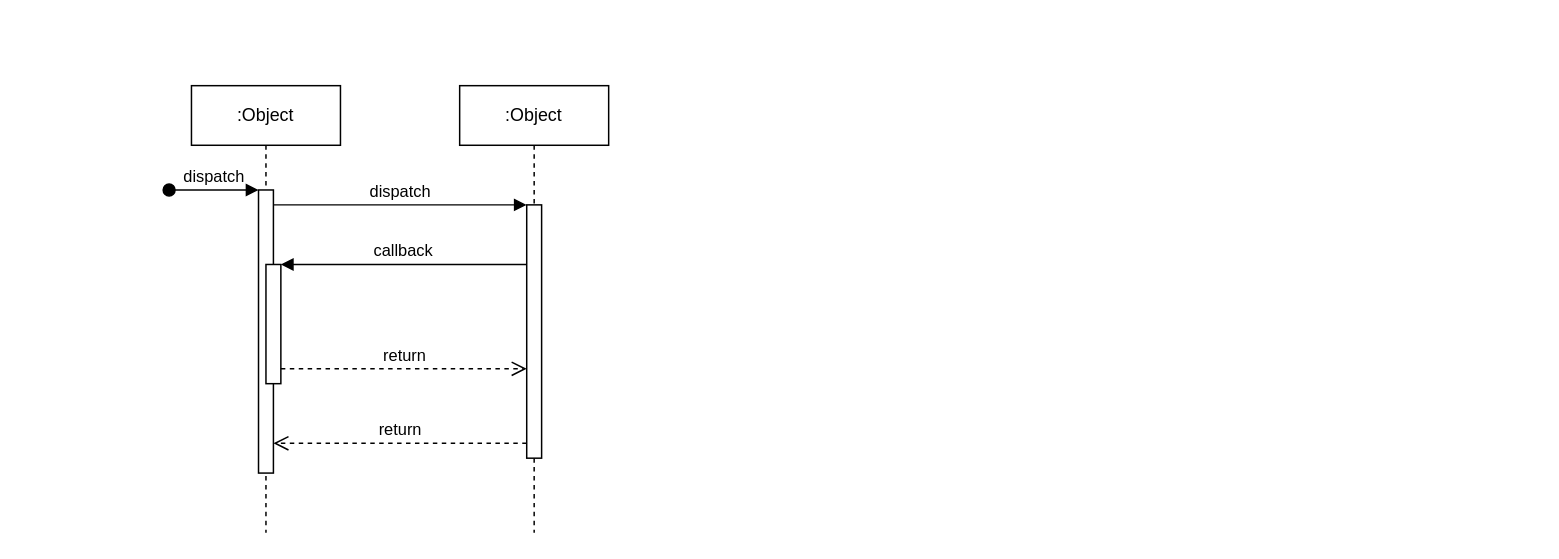
Before: sequence dr.drawio in ziard47/Diagram, a draw.io diagram. Source tidied: cells renumbered, new cells numbered last; positions are measured from the earlier drawing's top-left corner, leaving out a move shared by most shapes. Both pictures are drawn from the tidied source at 149%, with x=0, y=0 at pixel (168, 85).
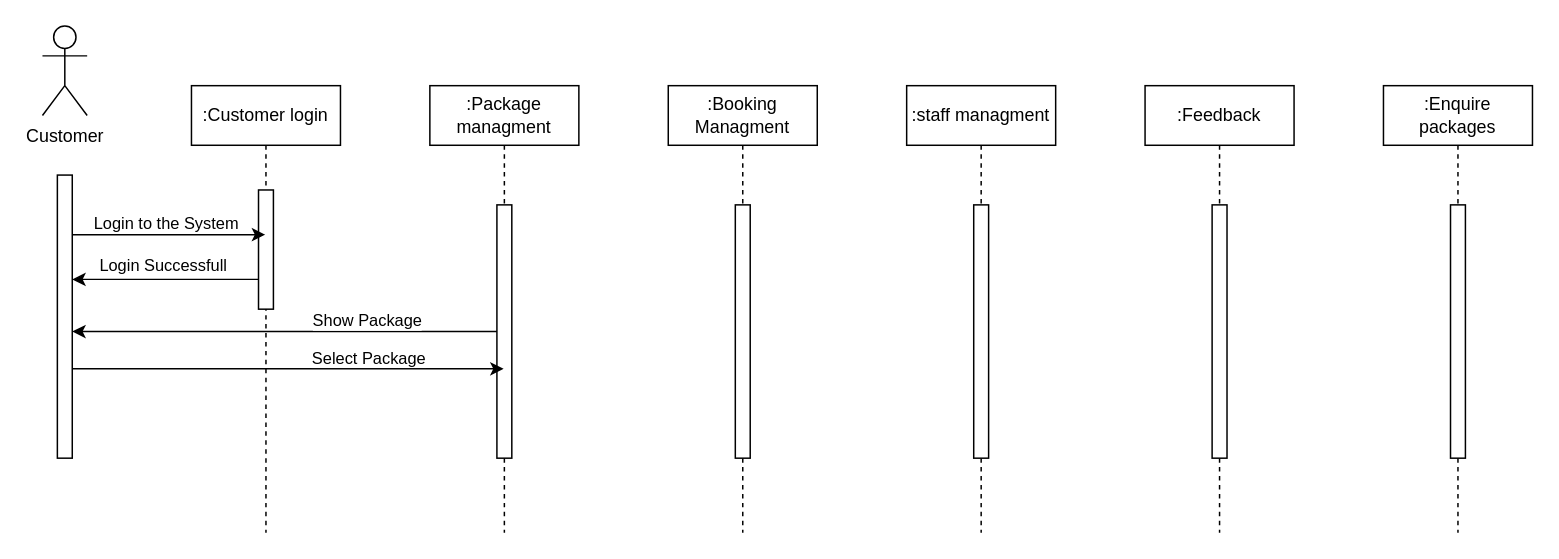
Above is the later version.

The change refers to these unchanged cells:
```xml
<mxCell id="7" style="html=1;points=[];perimeter=orthogonalPerimeter;outlineConnect=0;targetShapes=umlLifeline;portConstraint=eastwest;newEdgeStyle={&quot;edgeStyle&quot;:&quot;elbowEdgeStyle&quot;,&quot;elbow&quot;:&quot;vertical&quot;,&quot;curved&quot;:0,&quot;rounded&quot;:0};" parent="6" vertex="1">
  <mxGeometry x="45" y="80" width="10" height="170" as="geometry" />
</mxCell>
```

Change to the diagram source:
```diff
@@
-    <mxCell id="2" value=":Object" style="shape=umlLifeline;perimeter=lifelinePerimeter;whiteSpace=wrap;html=1;outlineConnect=0;portConstraint=eastwest;newEdgeStyle={&quot;edgeStyle&quot;:&quot;elbowEdgeStyle&quot;,&quot;elbow&quot;:&quot;vertical&quot;,&quot;curved&quot;:0,&quot;rounded&quot;:0};" parent="1" vertex="1">
+    <mxCell id="2" value=":Customer login" style="shape=umlLifeline;perimeter=lifelinePerimeter;whiteSpace=wrap;html=1;outlineConnect=0;portConstraint=eastwest;newEdgeStyle={&quot;edgeStyle&quot;:&quot;elbowEdgeStyle&quot;,&quot;elbow&quot;:&quot;vertical&quot;,&quot;curved&quot;:0,&quot;rounded&quot;:0};" parent="1" vertex="1">
       <mxGeometry x="15" width="100" height="300" as="geometry" />
     </mxCell>
     <mxCell id="3" style="html=1;points=[];perimeter=orthogonalPerimeter;outlineConnect=0;targetShapes=umlLifeline;portConstraint=eastwest;newEdgeStyle={&quot;edgeStyle&quot;:&quot;elbowEdgeStyle&quot;,&quot;elbow&quot;:&quot;vertical&quot;,&quot;curved&quot;:0,&quot;rounded&quot;:0};" parent="2" vertex="1">
-      <mxGeometry x="45" y="70" width="10" height="190" as="geometry" />
+      <mxGeometry x="45" y="70" width="10" height="80" as="geometry" />
     </mxCell>
-    <mxCell id="4" value="dispatch" style="html=1;verticalAlign=bottom;startArrow=oval;endArrow=block;startSize=8;edgeStyle=elbowEdgeStyle;elbow=vertical;curved=0;rounded=0;" parent="2" edge="1" target="3">
-      <mxGeometry relative="1" as="geometry">
-        <mxPoint x="-15" y="70" as="sourcePoint" />
-      </mxGeometry>
-    </mxCell>
-    <mxCell id="5" style="html=1;points=[];perimeter=orthogonalPerimeter;outlineConnect=0;targetShapes=umlLifeline;portConstraint=eastwest;newEdgeStyle={&quot;edgeStyle&quot;:&quot;elbowEdgeStyle&quot;,&quot;elbow&quot;:&quot;vertical&quot;,&quot;curved&quot;:0,&quot;rounded&quot;:0};" parent="2" vertex="1">
-      <mxGeometry x="50" y="120" width="10" height="80" as="geometry" />
-    </mxCell>
-    <mxCell id="6" value=":Object" style="shape=umlLifeline;perimeter=lifelinePerimeter;whiteSpace=wrap;html=1;outlineConnect=0;portConstraint=eastwest;newEdgeStyle={&quot;edgeStyle&quot;:&quot;elbowEdgeStyle&quot;,&quot;elbow&quot;:&quot;vertical&quot;,&quot;curved&quot;:0,&quot;rounded&quot;:0};" parent="1" vertex="1">
-      <mxGeometry x="195" width="100" height="300" as="geometry" />
+    <mxCell id="6" value=":Package managment" style="shape=umlLifeline;perimeter=lifelinePerimeter;whiteSpace=wrap;html=1;outlineConnect=0;portConstraint=eastwest;newEdgeStyle={&quot;edgeStyle&quot;:&quot;elbowEdgeStyle&quot;,&quot;elbow&quot;:&quot;vertical&quot;,&quot;curved&quot;:0,&quot;rounded&quot;:0};" parent="1" vertex="1">
+      <mxGeometry x="175" width="100" height="300" as="geometry" />
     </mxCell>
@@
-    <mxCell id="8" value="dispatch" style="html=1;verticalAlign=bottom;endArrow=block;edgeStyle=elbowEdgeStyle;elbow=vertical;curved=0;rounded=0;" parent="1" edge="1" source="3" target="7">
-      <mxGeometry relative="1" as="geometry">
-        <Array as="points">
-          <mxPoint x="155" y="80" />
-        </Array>
-      </mxGeometry>
-    </mxCell>
-    <mxCell id="9" value="return" style="html=1;verticalAlign=bottom;endArrow=open;dashed=1;endSize=8;edgeStyle=elbowEdgeStyle;elbow=vertical;curved=0;rounded=0;" parent="1" edge="1" source="7" target="3">
-      <mxGeometry relative="1" as="geometry">
-        <Array as="points">
-          <mxPoint x="165" y="240" />
-        </Array>
-      </mxGeometry>
-    </mxCell>
-    <mxCell id="10" value="callback" style="html=1;verticalAlign=bottom;endArrow=block;edgeStyle=elbowEdgeStyle;elbow=vertical;curved=0;rounded=0;" parent="1" edge="1" source="7" target="5">
-      <mxGeometry relative="1" as="geometry">
-        <Array as="points">
-          <mxPoint x="165" y="120" />
-        </Array>
-      </mxGeometry>
-    </mxCell>
-    <mxCell id="11" value="return" style="html=1;verticalAlign=bottom;endArrow=open;dashed=1;endSize=8;edgeStyle=elbowEdgeStyle;elbow=vertical;curved=0;rounded=0;" parent="1" edge="1" source="5" target="7">
-      <mxGeometry relative="1" as="geometry">
-        <Array as="points">
-          <mxPoint x="155" y="190" />
-        </Array>
-      </mxGeometry>
-    </mxCell>
+    <mxCell id="12" value=":Booking Managment" style="shape=umlLifeline;perimeter=lifelinePerimeter;whiteSpace=wrap;html=1;newEdgeStyle={&quot;edgeStyle&quot;:&quot;elbowEdgeStyle&quot;,&quot;elbow&quot;:&quot;vertical&quot;,&quot;curved&quot;:0,&quot;rounded&quot;:0};" parent="1" vertex="1">
+      <mxGeometry x="335" width="100" height="300" as="geometry" />
+    </mxCell>
+    <mxCell id="13" style="html=1;perimeter=orthogonalPerimeter;targetShapes=umlLifeline;newEdgeStyle={&quot;edgeStyle&quot;:&quot;elbowEdgeStyle&quot;,&quot;elbow&quot;:&quot;vertical&quot;,&quot;curved&quot;:0,&quot;rounded&quot;:0};" parent="12" vertex="1">
+      <mxGeometry x="45" y="80" width="10" height="170" as="geometry" />
+    </mxCell>
+    <mxCell id="14" value=":staff managment" style="shape=umlLifeline;perimeter=lifelinePerimeter;whiteSpace=wrap;html=1;newEdgeStyle={&quot;edgeStyle&quot;:&quot;elbowEdgeStyle&quot;,&quot;elbow&quot;:&quot;vertical&quot;,&quot;curved&quot;:0,&quot;rounded&quot;:0};" parent="1" vertex="1">
+      <mxGeometry x="495" width="100" height="300" as="geometry" />
+    </mxCell>
+    <mxCell id="15" style="html=1;perimeter=orthogonalPerimeter;targetShapes=umlLifeline;newEdgeStyle={&quot;edgeStyle&quot;:&quot;elbowEdgeStyle&quot;,&quot;elbow&quot;:&quot;vertical&quot;,&quot;curved&quot;:0,&quot;rounded&quot;:0};" parent="14" vertex="1">
+      <mxGeometry x="45" y="80" width="10" height="170" as="geometry" />
+    </mxCell>
+    <mxCell id="16" value=":Feedback" style="shape=umlLifeline;perimeter=lifelinePerimeter;whiteSpace=wrap;html=1;newEdgeStyle={&quot;edgeStyle&quot;:&quot;elbowEdgeStyle&quot;,&quot;elbow&quot;:&quot;vertical&quot;,&quot;curved&quot;:0,&quot;rounded&quot;:0};" parent="1" vertex="1">
+      <mxGeometry x="655" width="100" height="300" as="geometry" />
+    </mxCell>
+    <mxCell id="17" style="html=1;perimeter=orthogonalPerimeter;targetShapes=umlLifeline;newEdgeStyle={&quot;edgeStyle&quot;:&quot;elbowEdgeStyle&quot;,&quot;elbow&quot;:&quot;vertical&quot;,&quot;curved&quot;:0,&quot;rounded&quot;:0};" parent="16" vertex="1">
+      <mxGeometry x="45" y="80" width="10" height="170" as="geometry" />
+    </mxCell>
+    <mxCell id="18" value=":Enquire packages" style="shape=umlLifeline;perimeter=lifelinePerimeter;whiteSpace=wrap;html=1;newEdgeStyle={&quot;edgeStyle&quot;:&quot;elbowEdgeStyle&quot;,&quot;elbow&quot;:&quot;vertical&quot;,&quot;curved&quot;:0,&quot;rounded&quot;:0};" parent="1" vertex="1">
+      <mxGeometry x="815" width="100" height="300" as="geometry" />
+    </mxCell>
+    <mxCell id="19" style="html=1;perimeter=orthogonalPerimeter;targetShapes=umlLifeline;newEdgeStyle={&quot;edgeStyle&quot;:&quot;elbowEdgeStyle&quot;,&quot;elbow&quot;:&quot;vertical&quot;,&quot;curved&quot;:0,&quot;rounded&quot;:0};" parent="18" vertex="1">
+      <mxGeometry x="45" y="80" width="10" height="170" as="geometry" />
+    </mxCell>
+    <mxCell id="20" value="Customer" style="shape=umlActor;verticalLabelPosition=bottom;verticalAlign=top;html=1;" parent="1" vertex="1">
+      <mxGeometry x="-85" y="-40" width="30" height="60" as="geometry" />
+    </mxCell>
+    <mxCell id="21" style="edgeStyle=elbowEdgeStyle;rounded=0;jettySize=auto;html=1;elbow=vertical;curved=0;" parent="1" edge="1" source="25" target="2">
+      <mxGeometry relative="1" as="geometry">
+        <Array as="points">
+          <mxPoint x="5" y="100" />
+          <mxPoint x="-5" y="140" />
+          <mxPoint x="-15" y="110" />
+        </Array>
+      </mxGeometry>
+    </mxCell>
+    <mxCell id="22" value="Login to the System" style="edgeLabel;html=1;align=center;verticalAlign=middle;" parent="21" vertex="1">
+      <mxGeometry x="-0.05" relative="1" as="geometry">
+        <mxPoint y="-8" as="offset" />
+      </mxGeometry>
+    </mxCell>
+    <mxCell id="23" style="edgeStyle=elbowEdgeStyle;rounded=0;jettySize=auto;html=1;elbow=vertical;curved=0;" parent="1" edge="1" source="25" target="6">
+      <mxGeometry relative="1" as="geometry">
+        <Array as="points">
+          <mxPoint x="85" y="190" />
+        </Array>
+      </mxGeometry>
+    </mxCell>
+    <mxCell id="24" value="Select Package" style="edgeLabel;html=1;align=center;verticalAlign=middle;" parent="23" vertex="1">
+      <mxGeometry x="0.15" y="1" relative="1" as="geometry">
+        <mxPoint x="32" y="-7" as="offset" />
+      </mxGeometry>
+    </mxCell>
+    <mxCell id="25" style="html=1;points=[];perimeter=orthogonalPerimeter;outlineConnect=0;targetShapes=umlLifeline;portConstraint=eastwest;newEdgeStyle={&quot;edgeStyle&quot;:&quot;elbowEdgeStyle&quot;,&quot;elbow&quot;:&quot;vertical&quot;,&quot;curved&quot;:0,&quot;rounded&quot;:0};" parent="1" vertex="1">
+      <mxGeometry x="-75" y="60" width="10" height="190" as="geometry" />
+    </mxCell>
+    <mxCell id="26" style="edgeStyle=elbowEdgeStyle;rounded=0;jettySize=auto;html=1;elbow=vertical;curved=0;" parent="1" edge="1" source="3" target="25">
+      <mxGeometry relative="1" as="geometry">
+        <Array as="points">
+          <mxPoint x="15" y="130" />
+          <mxPoint x="-15" y="190" />
+        </Array>
+      </mxGeometry>
+    </mxCell>
+    <mxCell id="27" value="Login Successfull" style="edgeLabel;html=1;align=center;verticalAlign=middle;" parent="26" vertex="1">
+      <mxGeometry x="0.45" y="1" relative="1" as="geometry">
+        <mxPoint x="26" y="-11" as="offset" />
+      </mxGeometry>
+    </mxCell>
+    <mxCell id="28" style="edgeStyle=elbowEdgeStyle;rounded=0;jettySize=auto;html=1;elbow=vertical;curved=0;" parent="1" edge="1" source="7" target="25">
+      <mxGeometry relative="1" as="geometry" />
+    </mxCell>
+    <mxCell id="29" value="Show Package" style="edgeLabel;html=1;align=center;verticalAlign=middle;" parent="28" vertex="1">
+      <mxGeometry x="-0.2" relative="1" as="geometry">
+        <mxPoint x="26" y="-8" as="offset" />
+      </mxGeometry>
+    </mxCell>
```
